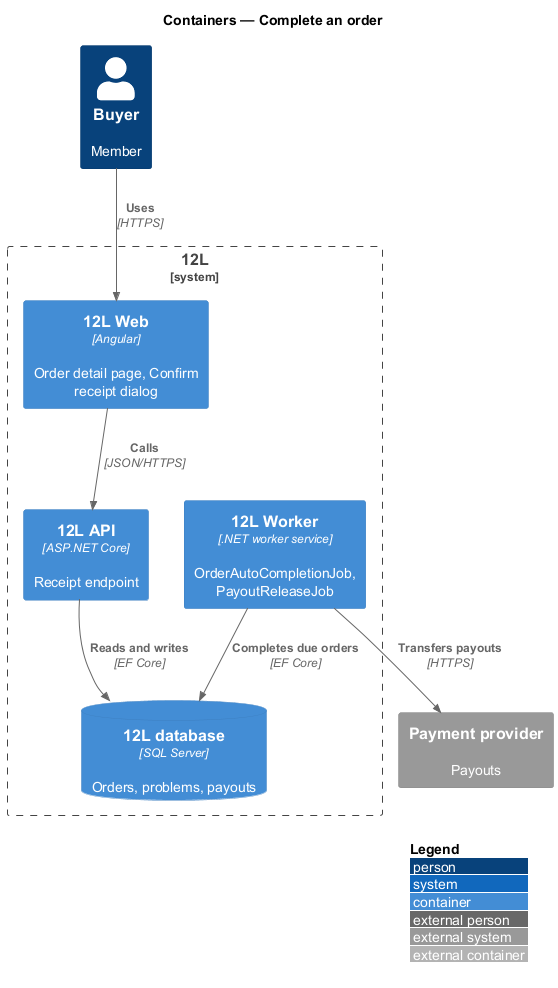
Above: docs/detailed-designs/orders/complete-order/diagrams/c4-container.png in QuinntyneBrown/12l (PlantUML), before the change.
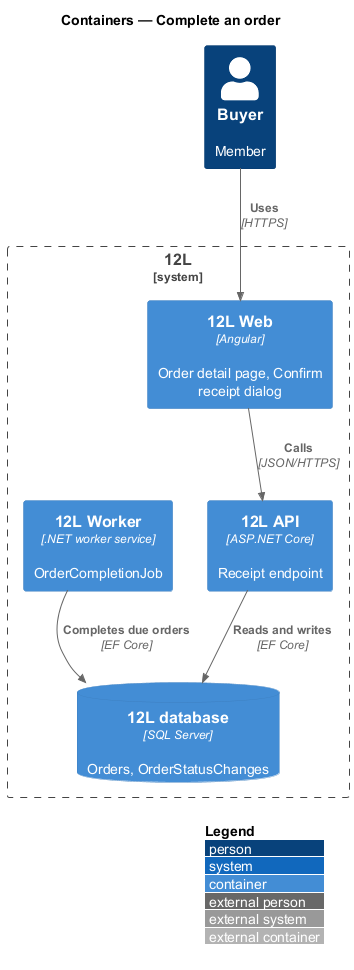
Above is the later version.

What changed in the source:
```diff
@@ -7,13 +7,11 @@
 System_Boundary(twelvel, "12L") {
   Container(web, "12L Web", "Angular", "Order detail page, Confirm receipt dialog")
   Container(api, "12L API", "ASP.NET Core", "Receipt endpoint")
-  Container(worker, "12L Worker", ".NET worker service", "OrderAutoCompletionJob, PayoutReleaseJob")
-  ContainerDb(db, "12L database", "SQL Server", "Orders, problems, payouts")
+  Container(worker, "12L Worker", ".NET worker service", "OrderCompletionJob")
+  ContainerDb(db, "12L database", "SQL Server", "Orders, OrderStatusChanges")
 }
-System_Ext(pay, "Payment provider", "Payouts")
 Rel(buyer, web, "Uses", "HTTPS")
 Rel(web, api, "Calls", "JSON/HTTPS")
 Rel(api, db, "Reads and writes", "EF Core")
 Rel(worker, db, "Completes due orders", "EF Core")
-Rel(worker, pay, "Transfers payouts", "HTTPS")
 @enduml
```
